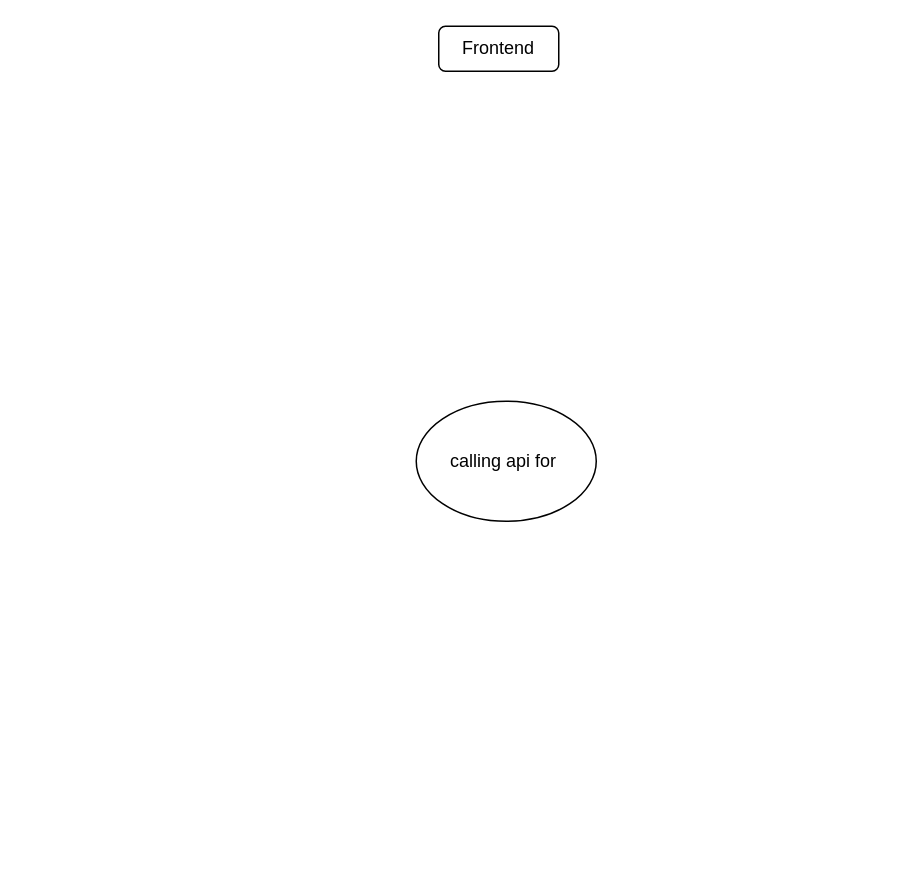
The draw.io diagram Drift detection system.drawio in Code-HK/Draw.io-all, before the edit. Source tidied: cells renumbered, new cells numbered last; positions are measured from the earlier drawing's top-left corner, leaving out a move shared by most shapes. Both pictures are drawn from the tidied source at 150%, with x=0, y=0 at pixel (416, 26).
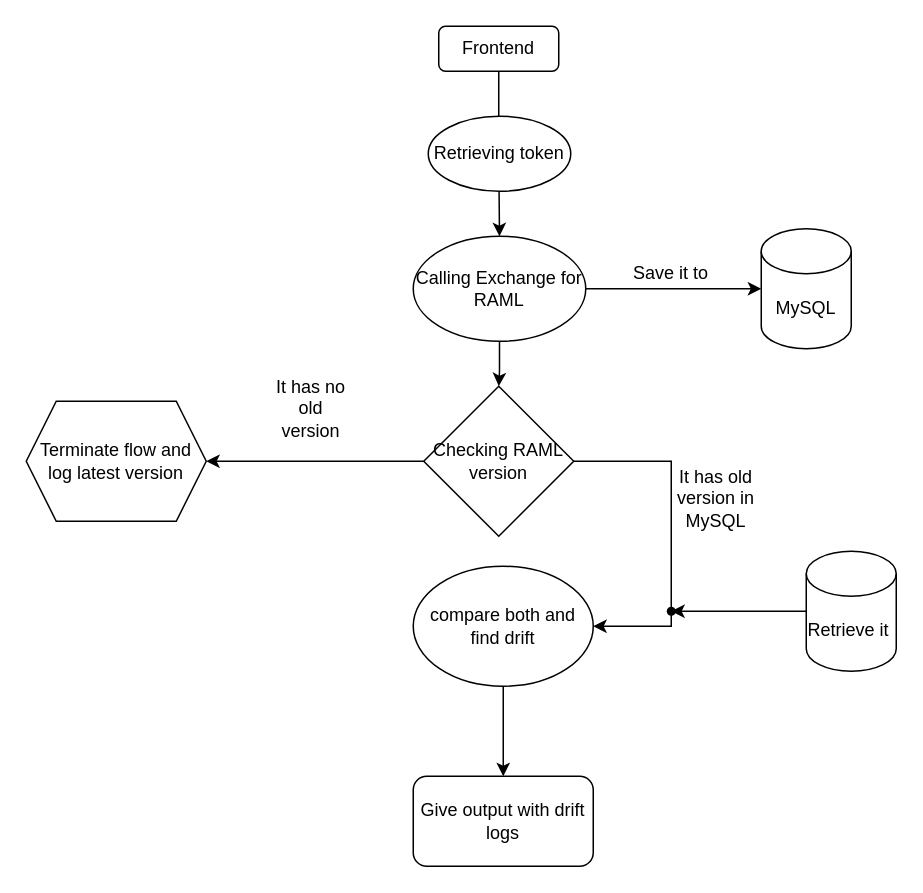
Above is the later version.

The change refers to these unchanged cells:
```xml
<mxCell id="2" value="Frontend" style="rounded=1;whiteSpace=wrap;html=1;" parent="1" vertex="1">
  <mxGeometry x="15" width="80" height="30" as="geometry" />
</mxCell>
```

What changed in the source:
```diff
@@
+    <mxCell id="4" style="edgeStyle=orthogonalEdgeStyle;rounded=0;jettySize=auto;html=1;" parent="1" edge="1" source="2" target="7">
+      <mxGeometry relative="1" as="geometry" />
+    </mxCell>
@@
-    <mxCell id="3" value="calling api for&amp;nbsp;" style="ellipse;whiteSpace=wrap;html=1;" parent="1" vertex="1">
-      <mxGeometry y="250" width="120" height="80" as="geometry" />
+    <mxCell id="3" value="Retrieving token" style="ellipse;whiteSpace=wrap;html=1;" parent="1" vertex="1">
+      <mxGeometry x="8" y="60" width="95" height="50" as="geometry" />
     </mxCell>
+    <mxCell id="5" style="edgeStyle=orthogonalEdgeStyle;rounded=0;jettySize=auto;html=1;" parent="1" edge="1" source="7" target="8">
+      <mxGeometry relative="1" as="geometry" />
+    </mxCell>
+    <mxCell id="6" style="edgeStyle=orthogonalEdgeStyle;rounded=0;jettySize=auto;html=1;" parent="1" edge="1" source="7" target="12">
+      <mxGeometry relative="1" as="geometry" />
+    </mxCell>
+    <mxCell id="7" value="Calling Exchange for RAML" style="ellipse;whiteSpace=wrap;html=1;" parent="1" vertex="1">
+      <mxGeometry x="-2" y="140" width="115" height="70" as="geometry" />
+    </mxCell>
+    <mxCell id="8" value="MySQL" style="shape=cylinder3;whiteSpace=wrap;html=1;boundedLbl=1;backgroundOutline=1;size=15;" parent="1" vertex="1">
+      <mxGeometry x="230" y="135" width="60" height="80" as="geometry" />
+    </mxCell>
+    <mxCell id="9" value="Save it to" style="text;html=1;whiteSpace=wrap;strokeColor=none;fillColor=none;align=center;verticalAlign=middle;rounded=0;" parent="1" vertex="1">
+      <mxGeometry x="140" y="150" width="60" height="30" as="geometry" />
+    </mxCell>
+    <mxCell id="10" style="edgeStyle=orthogonalEdgeStyle;rounded=0;jettySize=auto;html=1;entryX=1;entryY=0.5;entryDx=0;entryDy=0;exitX=1;exitY=0.5;exitDx=0;exitDy=0;" parent="1" edge="1" source="12" target="16">
+      <mxGeometry relative="1" as="geometry">
+        <Array as="points">
+          <mxPoint x="170" y="290" />
+          <mxPoint x="170" y="400" />
+          <mxPoint x="118" y="400" />
+        </Array>
+      </mxGeometry>
+    </mxCell>
+    <mxCell id="11" style="edgeStyle=orthogonalEdgeStyle;rounded=0;jettySize=auto;html=1;" parent="1" edge="1" source="12" target="19">
+      <mxGeometry relative="1" as="geometry" />
+    </mxCell>
+    <mxCell id="12" value="Checking RAML version" style="rhombus;whiteSpace=wrap;html=1;" parent="1" vertex="1">
+      <mxGeometry x="5" y="240" width="100" height="100" as="geometry" />
+    </mxCell>
+    <mxCell id="13" style="edgeStyle=orthogonalEdgeStyle;rounded=0;jettySize=auto;html=1;" parent="1" edge="1" source="14" target="18">
+      <mxGeometry relative="1" as="geometry" />
+    </mxCell>
+    <mxCell id="14" value="Retrieve it&amp;nbsp;" style="shape=cylinder3;whiteSpace=wrap;html=1;boundedLbl=1;backgroundOutline=1;size=15;" parent="1" vertex="1">
+      <mxGeometry x="260" y="350" width="60" height="80" as="geometry" />
+    </mxCell>
+    <mxCell id="15" style="edgeStyle=orthogonalEdgeStyle;rounded=0;jettySize=auto;html=1;" parent="1" edge="1" source="16" target="21">
+      <mxGeometry relative="1" as="geometry" />
+    </mxCell>
+    <mxCell id="16" value="compare both and find drift" style="ellipse;whiteSpace=wrap;html=1;" parent="1" vertex="1">
+      <mxGeometry x="-2" y="360" width="120" height="80" as="geometry" />
+    </mxCell>
+    <mxCell id="17" value="It has old version in MySQL" style="text;html=1;whiteSpace=wrap;strokeColor=none;fillColor=none;align=center;verticalAlign=middle;rounded=0;" parent="1" vertex="1">
+      <mxGeometry x="170" y="300" width="60" height="30" as="geometry" />
+    </mxCell>
+    <mxCell id="18" style="shape=waypoint;sketch=0;size=6;points=[];fillColor=default;perimeter=centerPerimeter;snapToPoint=1;" parent="1" vertex="1">
+      <mxGeometry x="160" y="380" width="20" height="20" as="geometry" />
+    </mxCell>
+    <mxCell id="19" value="Terminate flow and log latest version" style="shape=hexagon;perimeter=hexagonPerimeter2;whiteSpace=wrap;html=1;fixedSize=1;" parent="1" vertex="1">
+      <mxGeometry x="-260" y="250" width="120" height="80" as="geometry" />
+    </mxCell>
+    <mxCell id="20" value="It has no old version" style="text;html=1;whiteSpace=wrap;strokeColor=none;fillColor=none;align=center;verticalAlign=middle;rounded=0;" parent="1" vertex="1">
+      <mxGeometry x="-100" y="240" width="60" height="30" as="geometry" />
+    </mxCell>
+    <mxCell id="21" value="Give output with drift logs" style="rounded=1;whiteSpace=wrap;html=1;" parent="1" vertex="1">
+      <mxGeometry x="-2" y="500" width="120" height="60" as="geometry" />
+    </mxCell>
```
